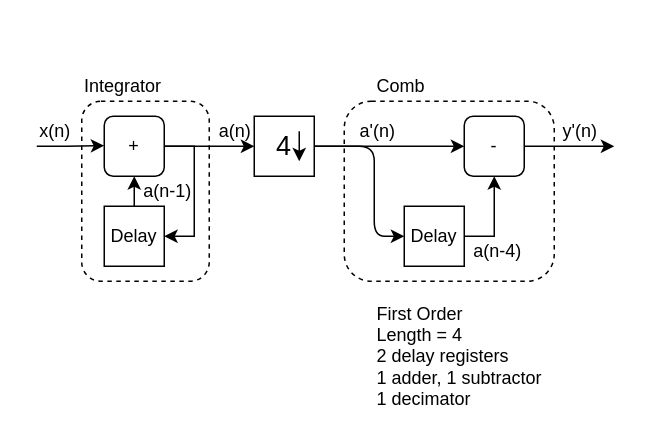
Before: page "decimation_smart" (7 of 9) of assets/pdm/moving_average_filters.drawio in tomverbeure/tomverbeure.github.io, a draw.io diagram. Source tidied: cells renumbered, new cells numbered last; positions are measured from the earlier drawing's top-left corner, leaving out a move shared by most shapes. Both pictures are drawn from the tidied source at 150%, with x=0, y=0 at pixel (28, 70).
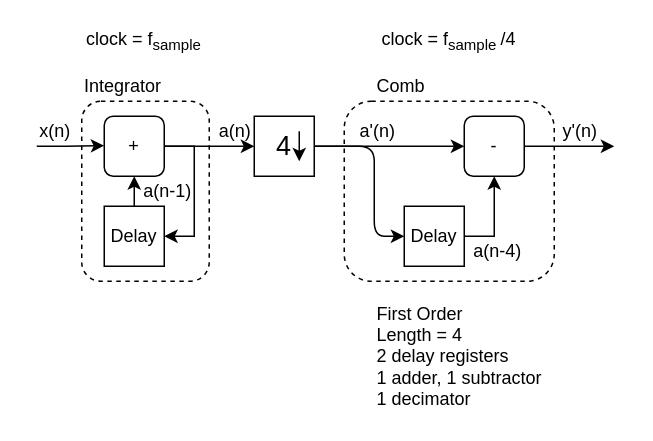
Above is the later version.

What changed in the source:
```diff
@@
+    <mxCell id="28" value="clock = f&lt;sub&gt;sample&amp;nbsp;&lt;/sub&gt;/4" style="text;html=1;strokeColor=none;fillColor=none;align=center;verticalAlign=middle;whiteSpace=wrap;rounded=0;" parent="1" vertex="1">
+      <mxGeometry x="220" y="-30" width="120" height="20" as="geometry" />
+    </mxCell>
+    <mxCell id="29" value="clock = f&lt;sub&gt;sample&amp;nbsp;&lt;/sub&gt;" style="text;html=1;strokeColor=none;fillColor=none;align=center;verticalAlign=middle;whiteSpace=wrap;rounded=0;" parent="1" vertex="1">
+      <mxGeometry x="17.5" y="-30" width="120" height="20" as="geometry" />
+    </mxCell>
```
